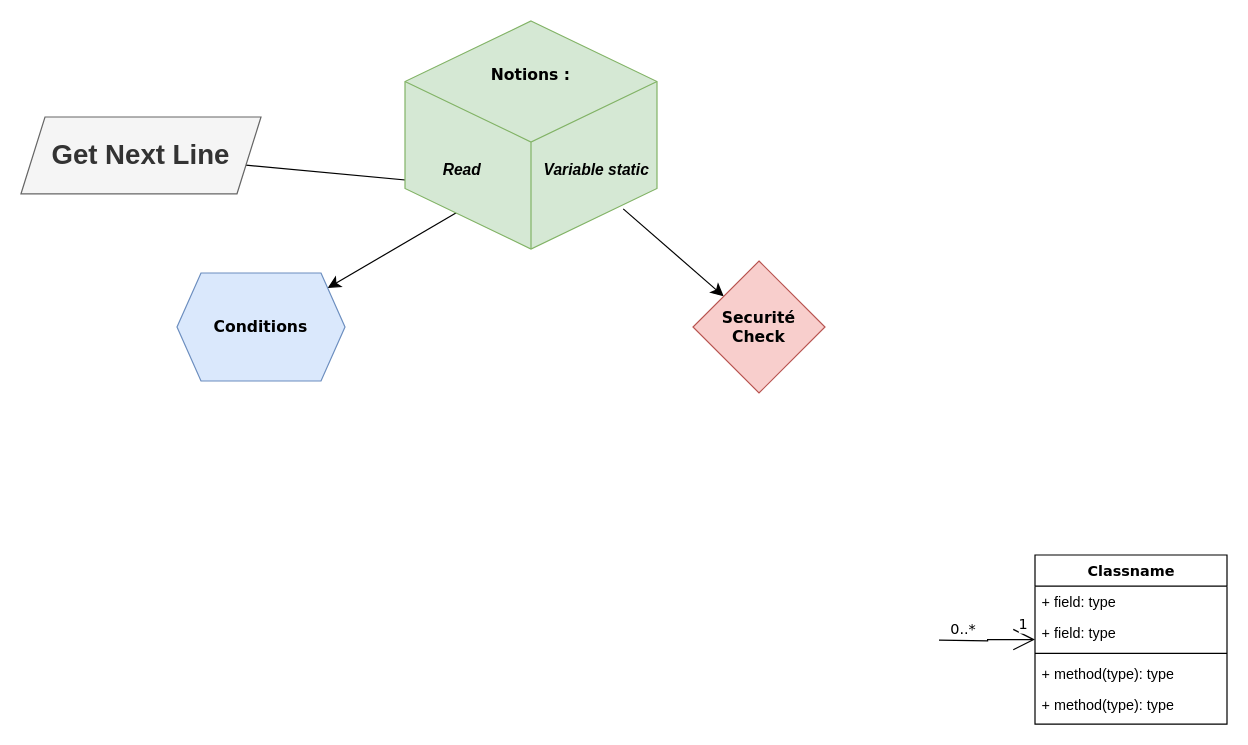
This is Diagramme sans nom.drawio from Lyricallll/get_next_line, a draw.io file, before an edit. Source tidied: cells renumbered, new cells numbered last; positions are measured from the earlier drawing's top-left corner, leaving out a move shared by most shapes. Both pictures are drawn from the tidied source at 120%, with x=0, y=0 at pixel (20, 20).
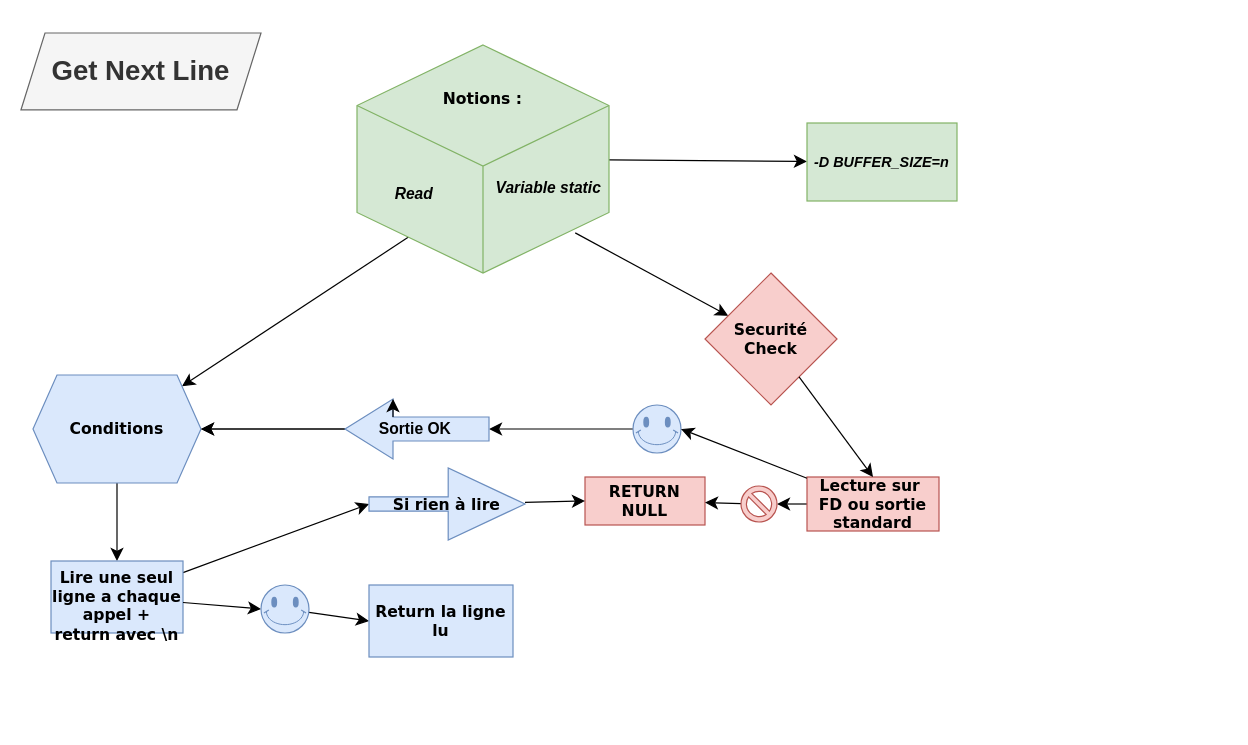
The same diagram, later.

Commit message (it also covers changes not shown here):
Mettre à jour Diagramme sans nom.drawio

The edit, as a diff of the source:
```diff
@@
-    <mxCell id="4" style="edgeStyle=orthogonalEdgeStyle;rounded=0;html=1;labelBackgroundColor=none;startArrow=none;startFill=0;startSize=8;endArrow=open;endFill=0;endSize=16;fontFamily=Verdana;fontSize=12;" parent="1" edge="1" target="7">
-      <mxGeometry relative="1" as="geometry">
-        <mxPoint x="765" y="516" as="sourcePoint" />
-      </mxGeometry>
-    </mxCell>
-    <mxCell id="5" value="0..*" style="text;html=1;align=center;verticalAlign=middle;labelBackgroundColor=#ffffff;fontSize=12;fontFamily=Verdana;" parent="4" vertex="1">
-      <mxGeometry x="-0.79" relative="1" as="geometry">
-        <mxPoint x="11" y="-10" as="offset" />
-      </mxGeometry>
-    </mxCell>
-    <mxCell id="6" value="1" style="text;html=1;align=center;verticalAlign=middle;labelBackgroundColor=#ffffff;fontSize=12;fontFamily=Verdana;" parent="4" vertex="1">
-      <mxGeometry x="0.7" y="1" relative="1" as="geometry">
-        <mxPoint x="2" y="-12" as="offset" />
-      </mxGeometry>
-    </mxCell>
-    <mxCell id="7" value="Classname" style="swimlane;html=1;fontStyle=1;align=center;verticalAlign=top;horizontal=1;startSize=26;swimlaneFillColor=#ffffff;rounded=0;shadow=0;comic=0;labelBackgroundColor=none;strokeWidth=1;fillColor=none;fontFamily=Verdana;fontSize=12;" parent="1" vertex="1">
-      <mxGeometry x="845" y="445" width="160" height="141" as="geometry" />
-    </mxCell>
-    <mxCell id="8" value="+ field: type" style="text;html=1;strokeColor=none;fillColor=none;align=left;verticalAlign=top;spacingLeft=4;spacingRight=4;whiteSpace=wrap;overflow=hidden;" parent="7" vertex="1">
-      <mxGeometry y="26" width="160" height="26" as="geometry" />
-    </mxCell>
-    <mxCell id="9" value="+ field: type" style="text;html=1;strokeColor=none;fillColor=none;align=left;verticalAlign=top;spacingLeft=4;spacingRight=4;whiteSpace=wrap;overflow=hidden;" parent="7" vertex="1">
-      <mxGeometry y="52" width="160" height="26" as="geometry" />
-    </mxCell>
-    <mxCell id="10" style="line;html=1;strokeWidth=1;fillColor=none;align=left;verticalAlign=middle;spacingTop=-1;spacingLeft=3;spacingRight=3;labelPosition=right;" parent="7" vertex="1">
-      <mxGeometry y="78" width="160" height="8" as="geometry" />
-    </mxCell>
-    <mxCell id="11" value="+ method(type): type" style="text;html=1;strokeColor=none;fillColor=none;align=left;verticalAlign=top;spacingLeft=4;spacingRight=4;whiteSpace=wrap;overflow=hidden;" parent="7" vertex="1">
-      <mxGeometry y="86" width="160" height="26" as="geometry" />
-    </mxCell>
-    <mxCell id="12" value="+ method(type): type" style="text;html=1;strokeColor=none;fillColor=none;align=left;verticalAlign=top;spacingLeft=4;spacingRight=4;whiteSpace=wrap;overflow=hidden;" parent="7" vertex="1">
-      <mxGeometry y="112" width="160" height="26" as="geometry" />
-    </mxCell>
-    <mxCell id="13" style="edgeStyle=none;curved=1;rounded=0;jettySize=auto;html=1;fontSize=12;startSize=8;endSize=8;entryX=0.023;entryY=-0.083;entryDx=0;entryDy=0;entryPerimeter=0;" parent="1" edge="1" source="14" target="18">
-      <mxGeometry relative="1" as="geometry" />
-    </mxCell>
     <mxCell id="14" value="Get Next Line" style="shape=parallelogram;perimeter=parallelogramPerimeter;whiteSpace=wrap;html=1;fixedSize=1;fontStyle=1;fontSize=23;fillColor=#f5f5f5;fontColor=#333333;strokeColor=#666666;" parent="1" vertex="1">
-      <mxGeometry y="80" width="200" height="64" as="geometry" />
+      <mxGeometry y="10" width="200" height="64" as="geometry" />
     </mxCell>
     <mxCell id="15" value="Securité&lt;div&gt;Check&lt;/div&gt;" style="rhombus;whiteSpace=wrap;html=1;fontSize=13;fontFamily=Verdana;verticalAlign=middle;fillColor=#f8cecc;fontStyle=1;startSize=26;swimlaneFillColor=#ffffff;rounded=0;shadow=0;comic=0;labelBackgroundColor=none;strokeWidth=1;strokeColor=#b85450;" parent="1" vertex="1">
-      <mxGeometry x="560" y="200" width="110" height="110" as="geometry" />
+      <mxGeometry x="570" y="210" width="110" height="110" as="geometry" />
     </mxCell>
+    <mxCell id="20" style="edgeStyle=none;curved=1;rounded=0;jettySize=auto;html=1;fontSize=12;startSize=8;endSize=8;" parent="1" edge="1" source="16" target="25">
+      <mxGeometry relative="1" as="geometry" />
+    </mxCell>
     <mxCell id="16" value="Conditions" style="shape=hexagon;perimeter=hexagonPerimeter2;whiteSpace=wrap;html=1;fixedSize=1;fontSize=13;fontFamily=Verdana;verticalAlign=middle;fillColor=#dae8fc;fontStyle=1;startSize=26;swimlaneFillColor=#ffffff;rounded=0;shadow=0;comic=0;labelBackgroundColor=none;strokeWidth=1;strokeColor=#6c8ebf;" parent="1" vertex="1">
-      <mxGeometry x="130" y="210" width="140" height="90" as="geometry" />
+      <mxGeometry x="10" y="295" width="140" height="90" as="geometry" />
     </mxCell>
+    <mxCell id="21" style="edgeStyle=none;curved=1;rounded=0;jettySize=auto;html=1;fontSize=12;startSize=8;endSize=8;" parent="1" edge="1" source="17" target="33">
+      <mxGeometry relative="1" as="geometry" />
+    </mxCell>
     <mxCell id="17" value="&lt;div&gt;&lt;span style=&quot;font-family: Verdana; font-size: 13px; font-weight: 700; text-wrap: nowrap; background-color: initial;&quot;&gt;&lt;br&gt;&lt;/span&gt;&lt;/div&gt;&lt;div&gt;&lt;span style=&quot;font-family: Verdana; font-size: 13px; font-weight: 700; text-wrap: nowrap; background-color: initial;&quot;&gt;&lt;br&gt;&lt;/span&gt;&lt;/div&gt;&lt;div&gt;&lt;span style=&quot;font-family: Verdana; font-size: 13px; font-weight: 700; text-wrap: nowrap; background-color: initial;&quot;&gt;Notions :&lt;/span&gt;&lt;br&gt;&lt;/div&gt;&lt;div&gt;&lt;span style=&quot;font-family: Verdana; font-size: 13px; font-weight: 700; text-wrap: nowrap; background-color: initial;&quot;&gt;&lt;br&gt;&lt;/span&gt;&lt;/div&gt;&lt;div&gt;&lt;span style=&quot;font-family: Verdana; font-size: 13px; font-weight: 700; text-wrap: nowrap; background-color: initial;&quot;&gt;&lt;br&gt;&lt;/span&gt;&lt;/div&gt;&lt;div&gt;&lt;br&gt;&lt;/div&gt;&lt;div style=&quot;text-align: left;&quot;&gt;&lt;br&gt;&lt;/div&gt;" style="html=1;whiteSpace=wrap;shape=isoCube2;backgroundOutline=1;isoAngle=15;verticalAlign=top;fillColor=#d5e8d4;strokeColor=#82b366;" parent="1" vertex="1">
-      <mxGeometry x="320" width="210" height="190" as="geometry" />
+      <mxGeometry x="280" y="20" width="210" height="190" as="geometry" />
     </mxCell>
     <mxCell id="18" value="&amp;nbsp; &amp;nbsp; &amp;nbsp; &amp;nbsp; Read" style="text;html=1;strokeColor=none;fillColor=none;align=left;verticalAlign=top;spacingLeft=1;spacingRight=4;whiteSpace=wrap;overflow=hidden;points=[[0,0.5],[1,0.5]];portConstraint=eastwest;fontStyle=3;fontSize=13;spacingBottom=0;flipV=0;flipH=0;direction=west;" parent="1" vertex="1">
-      <mxGeometry x="320" y="110" width="110" height="30" as="geometry" />
+      <mxGeometry x="280" y="130" width="110" height="30" as="geometry" />
     </mxCell>
     <mxCell id="19" value="Variable static&lt;div&gt;&lt;span style=&quot;white-space: pre;&quot;&gt;&#9;&lt;/span&gt;&lt;span style=&quot;white-space: pre;&quot;&gt;&#9;&lt;/span&gt;&lt;br&gt;&lt;/div&gt;" style="text;html=1;strokeColor=none;fillColor=none;align=left;verticalAlign=top;spacingLeft=4;spacingRight=4;whiteSpace=wrap;overflow=hidden;fontStyle=3;fontSize=13;" parent="1" vertex="1">
-      <mxGeometry x="430" y="110" width="100" height="40" as="geometry" />
+      <mxGeometry x="390" y="125" width="100" height="40" as="geometry" />
     </mxCell>
+    <mxCell id="22" value="RETURN&lt;div&gt;&lt;span style=&quot;background-color: initial;&quot;&gt;NULL&lt;/span&gt;&lt;br&gt;&lt;/div&gt;" style="rounded=0;whiteSpace=wrap;html=1;fontSize=13;fontFamily=Verdana;fillColor=#f8cecc;strokeColor=#b85450;fontStyle=1;startSize=26;swimlaneFillColor=#ffffff;shadow=0;comic=0;labelBackgroundColor=none;strokeWidth=1;" parent="1" vertex="1">
+      <mxGeometry x="470" y="380" width="100" height="40" as="geometry" />
+    </mxCell>
+    <mxCell id="23" style="edgeStyle=none;curved=1;rounded=0;jettySize=auto;html=1;fontSize=12;startSize=8;endSize=8;entryX=0;entryY=0.5;entryDx=0;entryDy=0;entryPerimeter=0;" parent="1" edge="1" source="25" target="27">
+      <mxGeometry relative="1" as="geometry" />
+    </mxCell>
+    <mxCell id="24" style="edgeStyle=none;curved=1;rounded=0;jettySize=auto;html=1;entryX=0;entryY=0.5;entryDx=0;entryDy=0;fontSize=12;startSize=8;endSize=8;" parent="1" edge="1" source="41" target="28">
+      <mxGeometry relative="1" as="geometry" />
+    </mxCell>
+    <mxCell id="25" value="Lire une seul ligne a chaque app&lt;span style=&quot;background-color: initial;&quot;&gt;el +&lt;/span&gt;&lt;div&gt;return avec \n&lt;br&gt;&lt;div&gt;&lt;div&gt;&lt;br&gt;&lt;/div&gt;&lt;/div&gt;&lt;/div&gt;" style="whiteSpace=wrap;html=1;fontSize=13;fontFamily=Verdana;fillColor=#dae8fc;strokeColor=#6c8ebf;fontStyle=1;startSize=26;swimlaneFillColor=#ffffff;rounded=0;shadow=0;comic=0;labelBackgroundColor=none;strokeWidth=1;verticalAlign=top;" parent="1" vertex="1">
+      <mxGeometry x="25" y="450" width="110" height="60" as="geometry" />
+    </mxCell>
+    <mxCell id="26" style="edgeStyle=none;curved=1;rounded=0;jettySize=auto;html=1;entryX=0;entryY=0.5;entryDx=0;entryDy=0;fontSize=12;startSize=8;endSize=8;" parent="1" edge="1" source="27" target="22">
+      <mxGeometry relative="1" as="geometry" />
+    </mxCell>
+    <mxCell id="27" value="Si rien à lire" style="shape=singleArrow;whiteSpace=wrap;html=1;arrowWidth=0.2;arrowSize=0.49230769230769234;fontSize=13;fontFamily=Verdana;verticalAlign=middle;fillColor=#dae8fc;strokeColor=#6c8ebf;fontStyle=1;startSize=26;swimlaneFillColor=#ffffff;rounded=0;shadow=0;comic=0;labelBackgroundColor=none;strokeWidth=1;" parent="1" vertex="1">
+      <mxGeometry x="290" y="372.5" width="130" height="60" as="geometry" />
+    </mxCell>
+    <mxCell id="28" value="Return la ligne lu" style="whiteSpace=wrap;html=1;fontSize=13;fontFamily=Verdana;fillColor=#dae8fc;strokeColor=#6c8ebf;fontStyle=1;startSize=26;swimlaneFillColor=#ffffff;rounded=0;shadow=0;comic=0;labelBackgroundColor=none;strokeWidth=1;" parent="1" vertex="1">
+      <mxGeometry x="290" y="470" width="120" height="60" as="geometry" />
+    </mxCell>
+    <mxCell id="29" style="edgeStyle=none;curved=1;rounded=0;jettySize=auto;html=1;fontSize=12;startSize=8;endSize=8;" parent="1" edge="1" source="38" target="22">
+      <mxGeometry relative="1" as="geometry" />
+    </mxCell>
+    <mxCell id="30" style="edgeStyle=none;curved=1;rounded=0;jettySize=auto;html=1;fontSize=12;startSize=8;endSize=8;entryX=0;entryY=0.5;entryDx=0;entryDy=0;entryPerimeter=0;" parent="1" edge="1" source="42" target="37">
+      <mxGeometry relative="1" as="geometry" />
+    </mxCell>
+    <mxCell id="31" style="edgeStyle=none;curved=1;rounded=0;jettySize=auto;html=1;fontSize=12;startSize=8;endSize=8;entryX=1;entryY=0.5;entryDx=0;entryDy=0;entryPerimeter=0;" parent="1" edge="1" source="32" target="38">
+      <mxGeometry relative="1" as="geometry" />
+    </mxCell>
+    <mxCell id="32" value="Lecture sur&amp;nbsp;&lt;div&gt;FD ou sortie standard&lt;/div&gt;" style="whiteSpace=wrap;html=1;fontSize=13;fontFamily=Verdana;fillColor=#f8cecc;strokeColor=#b85450;fontStyle=1;startSize=26;swimlaneFillColor=#ffffff;rounded=0;shadow=0;comic=0;labelBackgroundColor=none;strokeWidth=1;" parent="1" vertex="1">
+      <mxGeometry x="655" y="380" width="110" height="45" as="geometry" />
+    </mxCell>
+    <mxCell id="33" value="-D BUFFER_SIZE=n" style="whiteSpace=wrap;html=1;verticalAlign=middle;fillColor=#d5e8d4;strokeColor=#82b366;fontStyle=3;" parent="1" vertex="1">
+      <mxGeometry x="655" y="85" width="125" height="65" as="geometry" />
+    </mxCell>
+    <mxCell id="34" style="edgeStyle=none;curved=1;rounded=0;jettySize=auto;html=1;fontSize=12;startSize=8;endSize=8;entryX=0.5;entryY=0;entryDx=0;entryDy=0;" parent="1" edge="1" source="15" target="32">
+      <mxGeometry relative="1" as="geometry" />
+    </mxCell>
+    <mxCell id="35" style="edgeStyle=none;curved=1;rounded=0;jettySize=auto;html=1;fontSize=12;startSize=8;endSize=8;entryX=1;entryY=0.5;entryDx=0;entryDy=0;" parent="1" edge="1" target="16">
+      <mxGeometry relative="1" as="geometry">
+        <mxPoint x="270" y="340" as="sourcePoint" />
+      </mxGeometry>
+    </mxCell>
+    <mxCell id="36" style="edgeStyle=none;curved=1;rounded=0;jettySize=auto;html=1;fontSize=12;startSize=8;endSize=8;" parent="1" edge="1" source="37" target="16">
+      <mxGeometry relative="1" as="geometry" />
+    </mxCell>
+    <mxCell id="37" value="Sortie&lt;span style=&quot;background-color: initial;&quot;&gt;&amp;nbsp;OK&amp;nbsp;&lt;/span&gt;" style="html=1;shadow=0;dashed=0;align=center;verticalAlign=middle;shape=mxgraph.arrows2.arrow;dy=0.6;dx=40;flipH=1;notch=0;fillColor=#dae8fc;strokeColor=#6c8ebf;fontStyle=1;fontSize=13;" parent="1" vertex="1">
+      <mxGeometry x="270" y="315" width="120" height="50" as="geometry" />
+    </mxCell>
+    <mxCell id="38" style="verticalLabelPosition=bottom;verticalAlign=top;html=1;shape=mxgraph.basic.no_symbol;fillColor=#f8cecc;strokeColor=#b85450;" parent="1" vertex="1">
+      <mxGeometry x="600" y="387.5" width="30" height="30" as="geometry" />
+    </mxCell>
+    <mxCell id="39" style="edgeStyle=none;curved=1;rounded=0;orthogonalLoop=1;jettySize=auto;html=1;exitX=0;exitY=0;exitDx=80;exitDy=15;exitPerimeter=0;entryX=0;entryY=0;entryDx=80;entryDy=0;entryPerimeter=0;fontSize=12;startSize=8;endSize=8;" parent="1" edge="1" source="37" target="37">
+      <mxGeometry relative="1" as="geometry" />
+    </mxCell>
+    <mxCell id="40" style="edgeStyle=none;curved=1;rounded=0;jettySize=auto;html=1;entryX=0;entryY=0.5;entryDx=0;entryDy=0;fontSize=12;startSize=8;endSize=8;" parent="1" edge="1" source="25" target="41">
+      <mxGeometry relative="1" as="geometry" />
+    </mxCell>
+    <mxCell id="41" style="verticalLabelPosition=bottom;verticalAlign=top;html=1;shape=mxgraph.basic.smiley;fillColor=#dae8fc;strokeColor=#6c8ebf;" parent="1" vertex="1">
+      <mxGeometry x="200" y="470" width="40" height="40" as="geometry" />
+    </mxCell>
+    <mxCell id="42" style="verticalLabelPosition=bottom;verticalAlign=top;html=1;shape=mxgraph.basic.smiley;fillColor=#dae8fc;strokeColor=#6c8ebf;" parent="1" vertex="1">
+      <mxGeometry x="510" y="320" width="40" height="40" as="geometry" />
+    </mxCell>
+    <mxCell id="43" style="edgeStyle=none;curved=1;rounded=0;jettySize=auto;html=1;entryX=1;entryY=0.5;entryDx=0;entryDy=0;entryPerimeter=0;fontSize=12;startSize=8;endSize=8;" parent="1" edge="1" source="32" target="42">
+      <mxGeometry relative="1" as="geometry" />
+    </mxCell>
```
